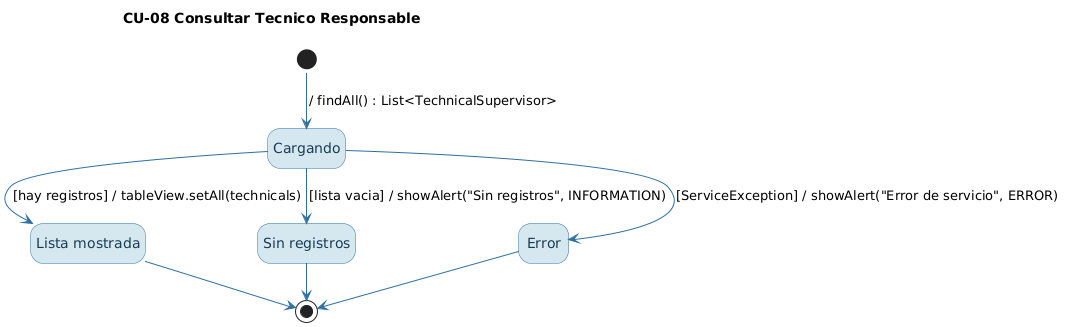
Before: diagramas_estado_img/CU-08_ConsultarTecnicoResponsable.png, a diagram exported from PlantUML (laramontielpedrojose-bit/Nuevo).
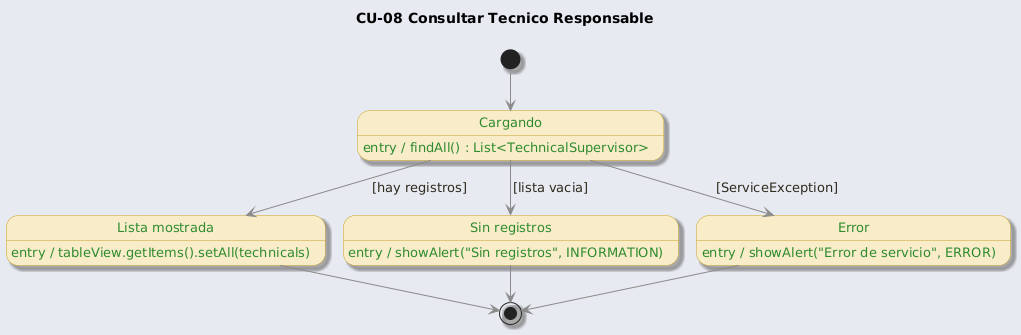
The same file after the commit.

What changed in the source:
```diff
@@ -1,21 +1,21 @@
 @startuml
 !pragma layout smetana
+!include _estilo.iuml
 hide empty description
-skinparam shadowing false
-skinparam state {
-  BackgroundColor #D5E8F0
-  BorderColor #2E6FA3
-  FontColor #1A3C53
-  ArrowColor #2E6FA3
-}
 title CU-08 Consultar Tecnico Responsable
-state "Lista mostrada" as ListaMostrada
-state "Sin registros" as SinRegistros
-[*] --> Cargando : / findAll() : List<TechnicalSupervisor>
-Cargando --> ListaMostrada : [hay registros] / tableView.setAll(technicals)
-Cargando --> SinRegistros : [lista vacia] / showAlert("Sin registros", INFORMATION)
-Cargando --> Error : [ServiceException] / showAlert("Error de servicio", ERROR)
-ListaMostrada --> [*]
-SinRegistros --> [*]
+state "Cargando" as Carga
+Carga : entry / findAll() : List<TechnicalSupervisor>
+state "Lista mostrada" as Lista
+Lista : entry / tableView.getItems().setAll(technicals)
+state "Sin registros" as Vacio
+Vacio : entry / showAlert("Sin registros", INFORMATION)
+state "Error" as Error
+Error : entry / showAlert("Error de servicio", ERROR)
+[*] --> Carga
+Carga --> Lista : [hay registros]
+Carga --> Vacio : [lista vacia]
+Carga --> Error : [ServiceException]
+Lista --> [*]
+Vacio --> [*]
 Error --> [*]
 @enduml
```
